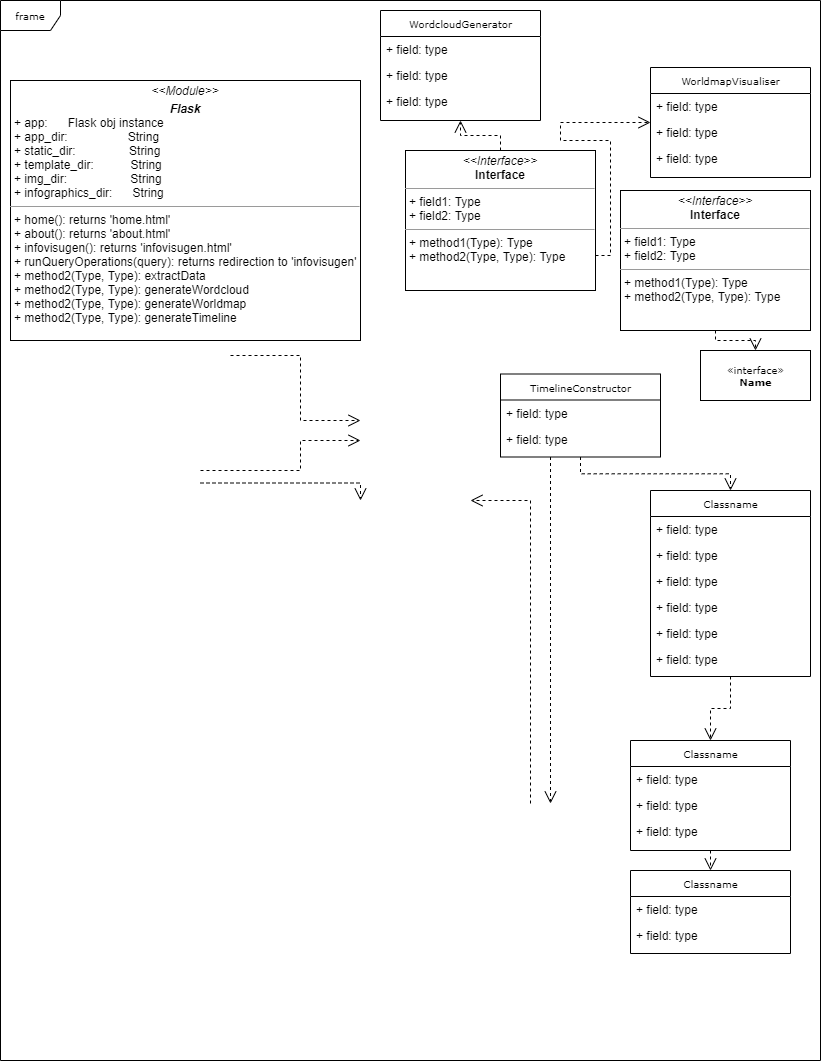
Above: Documentation/Design/GIFT-UML-Diagram.png in John8790909/Generating-Infographics-from-Text (draw.io), before the change. Source tidied: cells renumbered, new cells last; positions are measured from the earlier drawing's top-left corner, leaving out a move shared by most shapes.
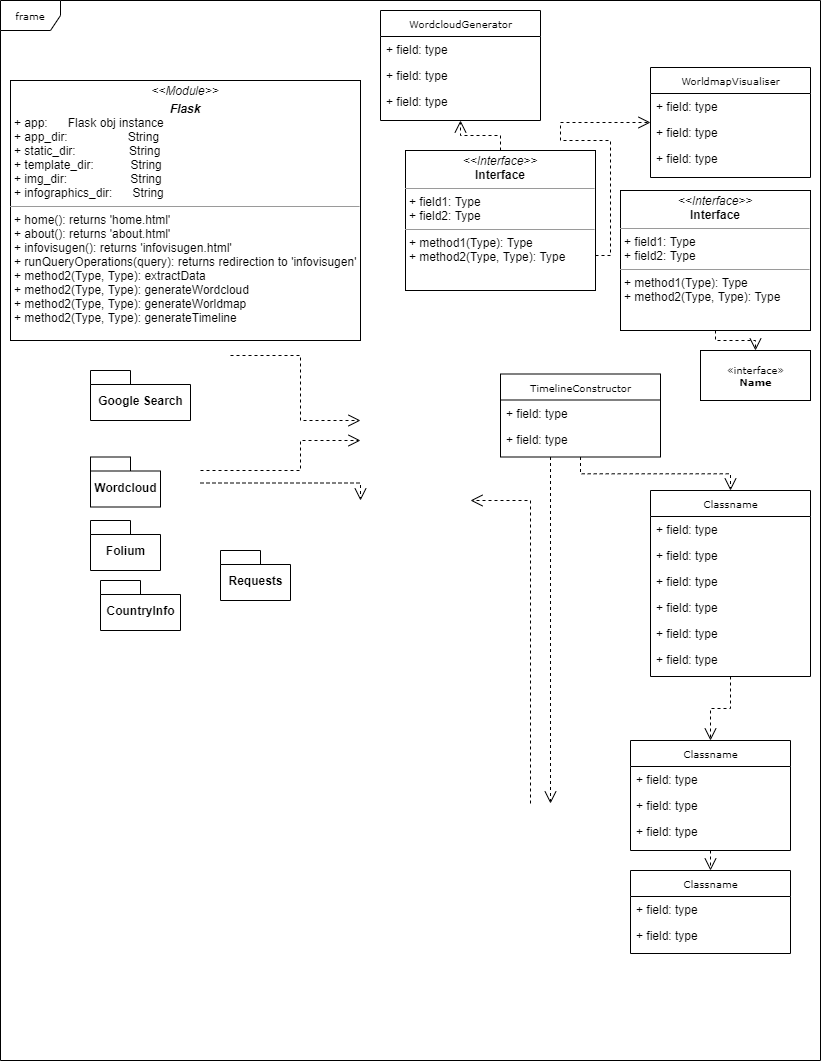
The same file after the commit.

The edit, as a diff of the source:
```diff
@@ -160,5 +160,20 @@
     <mxCell id="42" value="&lt;p style=&quot;margin: 0px ; margin-top: 4px ; text-align: center&quot;&gt;&lt;i&gt;&amp;lt;&amp;lt;Module&amp;gt;&amp;gt;&lt;/i&gt;&lt;/p&gt;&lt;p style=&quot;margin: 0px ; margin-top: 4px ; text-align: center&quot;&gt;&lt;i&gt;&lt;b&gt;Flask&lt;/b&gt;&lt;/i&gt;&lt;br&gt;&lt;/p&gt;&lt;p style=&quot;margin: 0px ; margin-left: 4px&quot;&gt;+ app:&amp;nbsp; &amp;nbsp; &amp;nbsp; Flask obj instance&lt;br&gt;+ app_dir:&amp;nbsp; &amp;nbsp; &amp;nbsp; &amp;nbsp; &amp;nbsp; &amp;nbsp; &amp;nbsp; &amp;nbsp; &amp;nbsp; String&lt;/p&gt;&lt;p style=&quot;margin: 0px ; margin-left: 4px&quot;&gt;+ static_dir:&amp;nbsp; &amp;nbsp; &amp;nbsp; &amp;nbsp; &amp;nbsp; &amp;nbsp; &amp;nbsp; &amp;nbsp; String&lt;/p&gt;&lt;p style=&quot;margin: 0px ; margin-left: 4px&quot;&gt;+ template_dir:&amp;nbsp; &amp;nbsp; &amp;nbsp; &amp;nbsp; &amp;nbsp; &amp;nbsp;String&lt;/p&gt;&lt;p style=&quot;margin: 0px ; margin-left: 4px&quot;&gt;+ img_dir:&amp;nbsp; &amp;nbsp; &amp;nbsp; &amp;nbsp; &amp;nbsp; &amp;nbsp; &amp;nbsp; &amp;nbsp; &amp;nbsp; &amp;nbsp;String&lt;/p&gt;&lt;p style=&quot;margin: 0px ; margin-left: 4px&quot;&gt;+ infographics_dir:&amp;nbsp; &amp;nbsp; &amp;nbsp; String&lt;/p&gt;&lt;hr size=&quot;1&quot;&gt;&lt;p style=&quot;margin: 0px ; margin-left: 4px&quot;&gt;+ home(): returns 'home.html'&lt;/p&gt;&lt;p style=&quot;margin: 0px ; margin-left: 4px&quot;&gt;+ about(): returns 'about.html'&lt;/p&gt;&lt;p style=&quot;margin: 0px ; margin-left: 4px&quot;&gt;+ infovisugen(): returns 'infovisugen.html'&lt;/p&gt;&lt;p style=&quot;margin: 0px ; margin-left: 4px&quot;&gt;+ runQueryOperations(query): returns redirection to 'infovisugen'&lt;br&gt;+ method2(Type, Type): extractData&lt;/p&gt;&lt;p style=&quot;margin: 0px ; margin-left: 4px&quot;&gt;+ method2(Type, Type): generateWordcloud&lt;/p&gt;&lt;p style=&quot;margin: 0px ; margin-left: 4px&quot;&gt;+ method2(Type, Type): generateWorldmap&lt;/p&gt;&lt;p style=&quot;margin: 0px ; margin-left: 4px&quot;&gt;+ method2(Type, Type): generateTimeline&lt;/p&gt;&lt;p style=&quot;margin: 0px ; margin-left: 4px&quot;&gt;&lt;br&gt;&lt;/p&gt;" style="verticalAlign=top;align=left;overflow=fill;fontSize=12;fontFamily=Helvetica;html=1;rounded=0;shadow=0;comic=0;labelBackgroundColor=none;strokeWidth=1;" parent="1" vertex="1">
       <mxGeometry x="10" y="80" width="350" height="260" as="geometry" />
     </mxCell>
+    <mxCell id="43" value="Google Search" style="shape=folder;fontStyle=1;spacingTop=10;tabWidth=40;tabHeight=14;tabPosition=left;html=1;" parent="1" vertex="1">
+      <mxGeometry x="90" y="370" width="100" height="50" as="geometry" />
+    </mxCell>
+    <mxCell id="44" value="Wordcloud" style="shape=folder;fontStyle=1;spacingTop=10;tabWidth=40;tabHeight=14;tabPosition=left;html=1;" parent="1" vertex="1">
+      <mxGeometry x="90" y="456.5" width="70" height="50" as="geometry" />
+    </mxCell>
+    <mxCell id="45" value="Folium" style="shape=folder;fontStyle=1;spacingTop=10;tabWidth=40;tabHeight=14;tabPosition=left;html=1;" parent="1" vertex="1">
+      <mxGeometry x="90" y="520" width="70" height="50" as="geometry" />
+    </mxCell>
+    <mxCell id="46" value="CountryInfo" style="shape=folder;fontStyle=1;spacingTop=10;tabWidth=40;tabHeight=14;tabPosition=left;html=1;" parent="1" vertex="1">
+      <mxGeometry x="100" y="580" width="80" height="50" as="geometry" />
+    </mxCell>
+    <mxCell id="47" value="Requests" style="shape=folder;fontStyle=1;spacingTop=10;tabWidth=40;tabHeight=14;tabPosition=left;html=1;" parent="1" vertex="1">
+      <mxGeometry x="220" y="550" width="70" height="50" as="geometry" />
+    </mxCell>
   </root>
 </mxGraphModel>
```
